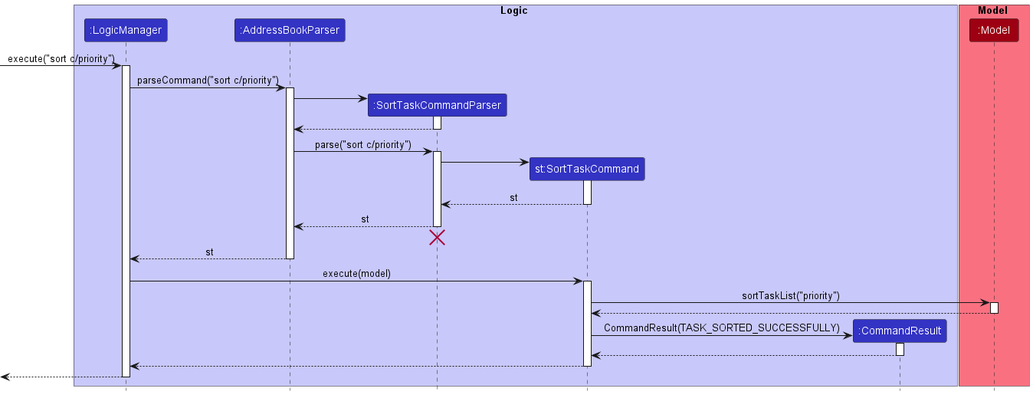
This is docs/images/SortTaskCommandSequenceDiagram.png from nus-cs2103-AY2223S1/tp, a PlantUML export, as it was before one commit. Its source is kept beside it as docs/diagrams/SortTaskCommandSequenceDiagram.puml. Source of this version:
```plantuml
@startuml
!include style.puml

box Logic LOGIC_COLOR_T1
participant ":LogicManager" as LogicManager LOGIC_COLOR
participant ":AddressBookParser" as AddressBookParser LOGIC_COLOR
participant ":SortTaskCommandParser" as SortTaskCommandParser LOGIC_COLOR
participant "st:SortTaskCommand" as SortTaskCommand LOGIC_COLOR
participant ":CommandResult" as CommandResult LOGIC_COLOR
end box

box Model MODEL_COLOR_T1
participant ":Model" as Model MODEL_COLOR
end box

[-> LogicManager : execute("sort c/priority")
activate LogicManager

LogicManager -> AddressBookParser: parseCommand("sort c/priority")
activate AddressBookParser

create SortTaskCommandParser
AddressBookParser -> SortTaskCommandParser
activate SortTaskCommandParser

SortTaskCommandParser --> AddressBookParser
deactivate SortTaskCommandParser

AddressBookParser -> SortTaskCommandParser: parse("sort c/priority")
activate SortTaskCommandParser

create SortTaskCommand
SortTaskCommandParser -> SortTaskCommand
activate SortTaskCommand

SortTaskCommand --> SortTaskCommandParser : st
deactivate SortTaskCommand

SortTaskCommandParser --> AddressBookParser : st
deactivate SortTaskCommandParser
SortTaskCommandParser [hidden]--> AddressBookParser
destroy SortTaskCommandParser

AddressBookParser --> LogicManager : st
deactivate AddressBookParser

LogicManager -> SortTaskCommand : execute(model)
activate SortTaskCommand

SortTaskCommand -> Model: sortTaskList("priority")
activate Model

Model --> SortTaskCommand
deactivate Model

create CommandResult
SortTaskCommand -> CommandResult: CommandResult(TASK_SORTED_SUCCESSFULLY)
activate CommandResult

CommandResult --> SortTaskCommand
deactivate CommandResult

SortTaskCommand --> LogicManager
deactivate SortTaskCommand

[<--LogicManager
deactivate LogicManager

@enduml
```
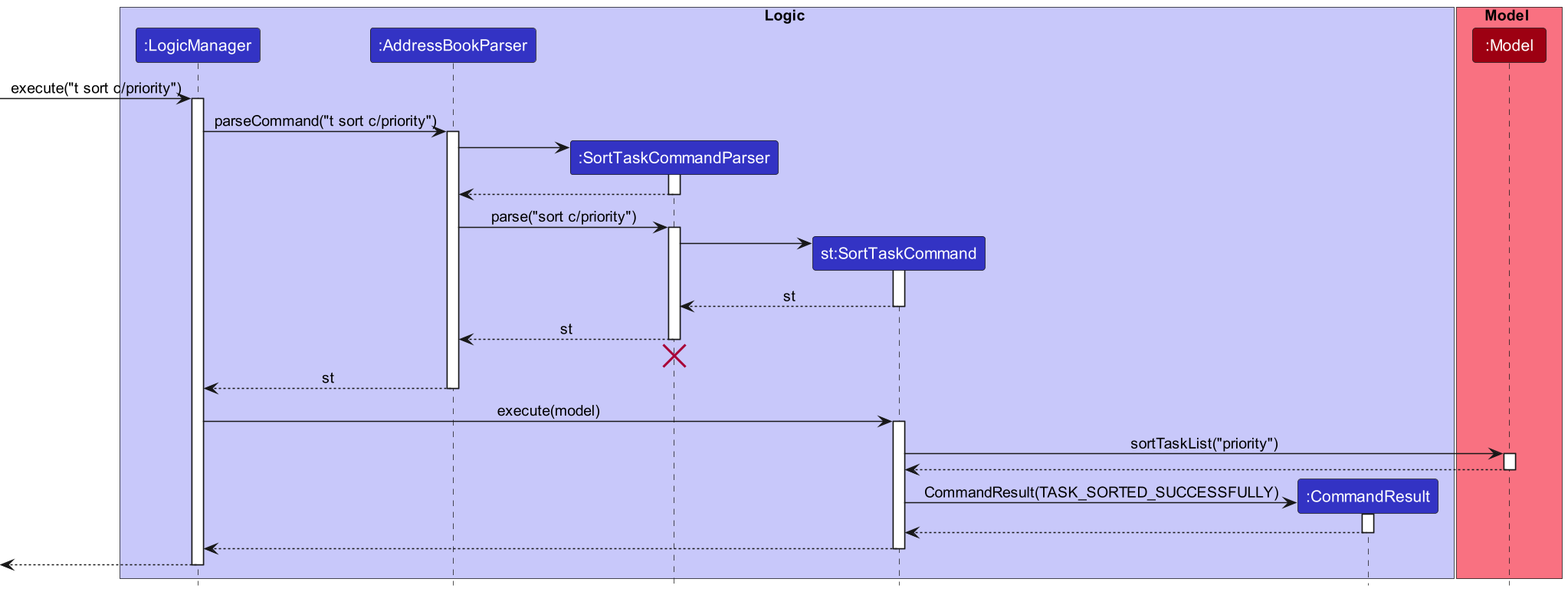
After the change.

Commit message:
Update sequence diagram for sort task

Updated sequence diagram for sort task.

Diff of the diagram source:
```diff
@@ -13,10 +13,10 @@
 participant ":Model" as Model MODEL_COLOR
 end box
 
-[-> LogicManager : execute("sort c/priority")
+[-> LogicManager : execute("t sort c/priority")
 activate LogicManager
 
-LogicManager -> AddressBookParser: parseCommand("sort c/priority")
+LogicManager -> AddressBookParser: parseCommand("t sort c/priority")
 activate AddressBookParser
 
 create SortTaskCommandParser
```
